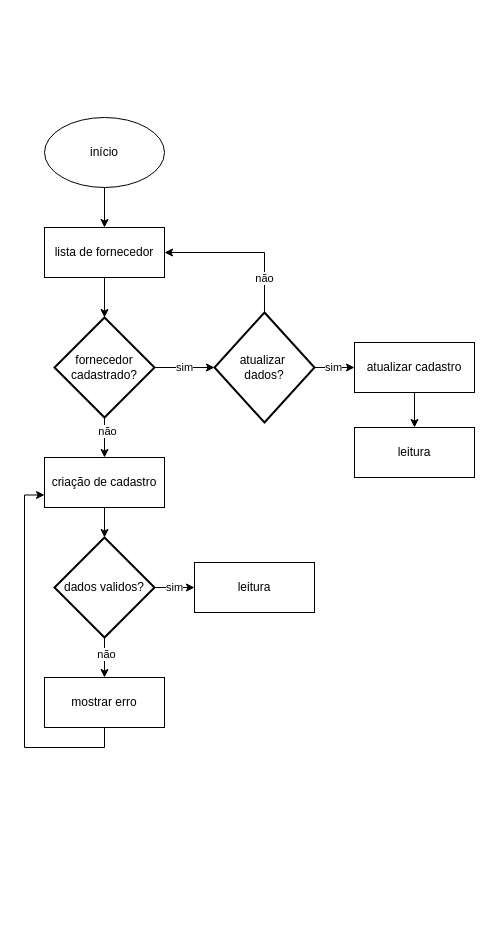
This is doc/fluxograma3.drawio from Marigodoy26/EquipeK, a draw.io file, before an edit. Source tidied: cells renumbered, new cells numbered last; positions are measured from the earlier drawing's top-left corner, leaving out a move shared by most shapes. Both pictures are drawn from the tidied source at 100%, with x=0, y=0 at pixel (24, 117).
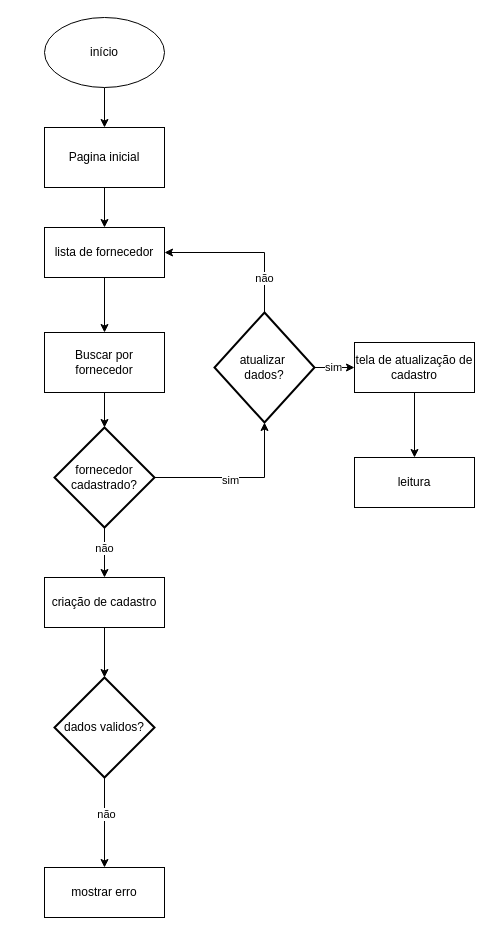
Above is the later version.

Unchanged cells that the change refers to:
```xml
<mxCell id="5" value="lista de fornecedor" style="rounded=0;whiteSpace=wrap;html=1;" parent="1" vertex="1">
  <mxGeometry x="20" y="110" width="120" height="50" as="geometry" />
</mxCell>
<mxCell id="23" value="atualizar&amp;nbsp;&lt;div&gt;dados?&lt;/div&gt;" style="strokeWidth=2;html=1;shape=mxgraph.flowchart.decision;whiteSpace=wrap;" parent="1" vertex="1">
  <mxGeometry x="190" y="195" width="100" height="110" as="geometry" />
</mxCell>
```

Change to the diagram source:
```diff
@@
-    <mxCell id="2" style="edgeStyle=orthogonalEdgeStyle;rounded=0;jettySize=auto;html=1;" parent="1" edge="1" source="3" target="5">
-      <mxGeometry relative="1" as="geometry" />
-    </mxCell>
+    <mxCell id="27" style="edgeStyle=orthogonalEdgeStyle;rounded=0;jettySize=auto;html=1;" parent="1" edge="1" source="3" target="30">
+      <mxGeometry relative="1" as="geometry" />
+    </mxCell>
     <mxCell id="3" value="início" style="ellipse;whiteSpace=wrap;html=1;" parent="1" vertex="1">
-      <mxGeometry x="20" width="120" height="70" as="geometry" />
+      <mxGeometry x="20" y="-100" width="120" height="70" as="geometry" />
     </mxCell>
-    <mxCell id="4" style="edgeStyle=orthogonalEdgeStyle;rounded=0;jettySize=auto;html=1;" parent="1" edge="1" source="5" target="9">
-      <mxGeometry relative="1" as="geometry" />
-    </mxCell>
+    <mxCell id="28" style="edgeStyle=orthogonalEdgeStyle;rounded=0;jettySize=auto;html=1;" parent="1" edge="1" source="5" target="32">
+      <mxGeometry relative="1" as="geometry" />
+    </mxCell>
@@
-    <mxCell id="6" style="edgeStyle=orthogonalEdgeStyle;rounded=0;jettySize=auto;html=1;" parent="1" edge="1" source="9" target="11">
-      <mxGeometry relative="1" as="geometry" />
-    </mxCell>
-    <mxCell id="7" value="não" style="edgeLabel;html=1;align=center;verticalAlign=middle;" parent="6" vertex="1">
-      <mxGeometry x="-0.35" y="2" relative="1" as="geometry" />
-    </mxCell>
-    <mxCell id="8" value="sim" style="edgeStyle=orthogonalEdgeStyle;rounded=0;jettySize=auto;html=1;" parent="1" edge="1" source="9" target="23">
-      <mxGeometry relative="1" as="geometry" />
-    </mxCell>
-    <mxCell id="9" value="fornecedor cadastrado?" style="strokeWidth=2;html=1;shape=mxgraph.flowchart.decision;whiteSpace=wrap;" parent="1" vertex="1">
-      <mxGeometry x="30" y="200" width="100" height="100" as="geometry" />
-    </mxCell>
@@
     <mxCell id="11" value="criação de cadastro" style="rounded=0;whiteSpace=wrap;html=1;" parent="1" vertex="1">
-      <mxGeometry x="20" y="340" width="120" height="50" as="geometry" />
+      <mxGeometry x="20" y="460" width="120" height="50" as="geometry" />
     </mxCell>
@@
-    <mxCell id="14" value="sim" style="edgeStyle=orthogonalEdgeStyle;rounded=0;jettySize=auto;html=1;" parent="1" edge="1" source="15" target="18">
-      <mxGeometry relative="1" as="geometry" />
-    </mxCell>
     <mxCell id="15" value="dados validos?" style="strokeWidth=2;html=1;shape=mxgraph.flowchart.decision;whiteSpace=wrap;" parent="1" vertex="1">
-      <mxGeometry x="30" y="420" width="100" height="100" as="geometry" />
+      <mxGeometry x="30" y="560" width="100" height="100" as="geometry" />
     </mxCell>
-    <mxCell id="16" style="edgeStyle=orthogonalEdgeStyle;rounded=0;jettySize=auto;html=1;entryX=0;entryY=0.75;entryDx=0;entryDy=0;" parent="1" edge="1" source="17" target="11">
-      <mxGeometry relative="1" as="geometry">
-        <Array as="points">
-          <mxPoint x="80" y="630" />
-          <mxPoint y="630" />
-          <mxPoint y="378" />
-        </Array>
-      </mxGeometry>
-    </mxCell>
     <mxCell id="17" value="mostrar erro" style="rounded=0;whiteSpace=wrap;html=1;" parent="1" vertex="1">
-      <mxGeometry x="20" y="560" width="120" height="50" as="geometry" />
+      <mxGeometry x="20" y="750" width="120" height="50" as="geometry" />
     </mxCell>
-    <mxCell id="18" value="leitura" style="rounded=0;whiteSpace=wrap;html=1;" parent="1" vertex="1">
-      <mxGeometry x="170" y="445" width="120" height="50" as="geometry" />
-    </mxCell>
@@
-    <mxCell id="25" value="atualizar cadastro" style="rounded=0;whiteSpace=wrap;html=1;" parent="1" vertex="1">
+    <mxCell id="25" value="tela de atualização de cadastro" style="rounded=0;whiteSpace=wrap;html=1;" parent="1" vertex="1">
       <mxGeometry x="330" y="225" width="120" height="50" as="geometry" />
     </mxCell>
     <mxCell id="26" value="leitura" style="rounded=0;whiteSpace=wrap;html=1;" parent="1" vertex="1">
-      <mxGeometry x="330" y="310" width="120" height="50" as="geometry" />
+      <mxGeometry x="330" y="340" width="120" height="50" as="geometry" />
     </mxCell>
+    <mxCell id="29" style="edgeStyle=orthogonalEdgeStyle;rounded=0;jettySize=auto;html=1;" parent="1" edge="1" source="30" target="5">
+      <mxGeometry relative="1" as="geometry" />
+    </mxCell>
+    <mxCell id="30" value="Pagina inicial" style="rounded=0;whiteSpace=wrap;html=1;" parent="1" vertex="1">
+      <mxGeometry x="20" y="10" width="120" height="60" as="geometry" />
+    </mxCell>
+    <mxCell id="31" style="edgeStyle=orthogonalEdgeStyle;rounded=0;jettySize=auto;html=1;" parent="1" edge="1" source="32" target="9">
+      <mxGeometry relative="1" as="geometry" />
+    </mxCell>
+    <mxCell id="32" value="Buscar por fornecedor" style="rounded=0;whiteSpace=wrap;html=1;" parent="1" vertex="1">
+      <mxGeometry x="20" y="215" width="120" height="60" as="geometry" />
+    </mxCell>
+    <mxCell id="6" style="edgeStyle=orthogonalEdgeStyle;rounded=0;jettySize=auto;html=1;" parent="1" edge="1" source="9" target="11">
+      <mxGeometry relative="1" as="geometry" />
+    </mxCell>
+    <mxCell id="7" value="não" style="edgeLabel;html=1;align=center;verticalAlign=middle;" parent="6" vertex="1">
+      <mxGeometry x="-0.2" y="-1" relative="1" as="geometry" />
+    </mxCell>
+    <mxCell id="9" value="fornecedor cadastrado?" style="strokeWidth=2;html=1;shape=mxgraph.flowchart.decision;whiteSpace=wrap;" parent="1" vertex="1">
+      <mxGeometry x="30" y="310" width="100" height="100" as="geometry" />
+    </mxCell>
+    <mxCell id="8" style="edgeStyle=orthogonalEdgeStyle;rounded=0;jettySize=auto;html=1;entryX=0.5;entryY=1;entryDx=0;entryDy=0;entryPerimeter=0;" parent="1" edge="1" source="9" target="23">
+      <mxGeometry relative="1" as="geometry" />
+    </mxCell>
+    <mxCell id="33" value="sim" style="edgeLabel;html=1;align=center;verticalAlign=middle;" parent="8" vertex="1">
+      <mxGeometry x="-0.09" y="-2" relative="1" as="geometry" />
+    </mxCell>
```
